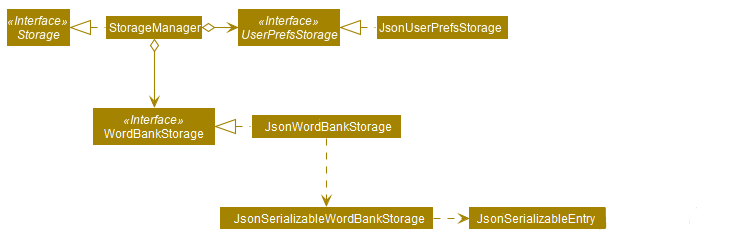
Above: docs/images/StorageClassDiagram.png in vigneshbhuvan-nus/tp (PlantUML), before the change.
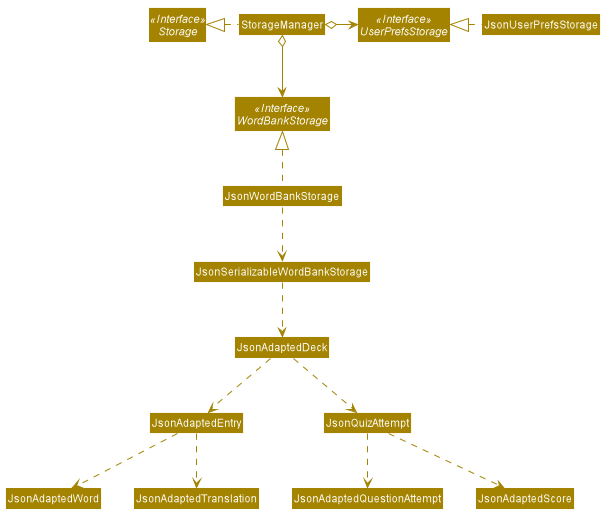
The same file after the commit.

Commit message:
Update Storage Diagram and add More OOP diagram draft

Diff of the diagram source:
```diff
@@ -53,19 +53,28 @@
 
 Interface Storage <<Interface>>
 Interface UserPrefsStorage <<Interface>>
-Interface AddressBookStorage <<Interface>>
+Interface WordBankStorage <<Interface>>
 
 Class StorageManager
 Class JsonUserPrefsStorage
-Class JsonAddressBookStorage
+Class JsonWordBankStorage
 
 StorageManager .left.|> Storage
 StorageManager o-right-> UserPrefsStorage
-StorageManager o--> AddressBookStorage
+StorageManager o--> WordBankStorage
 
 JsonUserPrefsStorage .left.|> UserPrefsStorage
-JsonAddressBookStorage .left.|> AddressBookStorage
-JsonAddressBookStorage .down.> JsonSerializableAddressBookStorage
-JsonSerializableAddressBookStorage .right.> JsonSerializablePerson
-JsonSerializablePerson .right.> JsonAdaptedTag
+JsonWordBankStorage .up.|> WordBankStorage
+JsonWordBankStorage .down.> JsonSerializableWordBankStorage
+
+JsonSerializableWordBankStorage ..> JsonAdaptedDeck
+
+JsonAdaptedDeck ..> JsonAdaptedEntry
+JsonAdaptedDeck ..> JsonQuizAttempt
+
+JsonAdaptedEntry ..> JsonAdaptedWord
+JsonAdaptedEntry ..> JsonAdaptedTranslation
+
+JsonQuizAttempt ..> JsonAdaptedQuestionAttempt
+JsonQuizAttempt ..> JsonAdaptedScore
 @enduml
```
